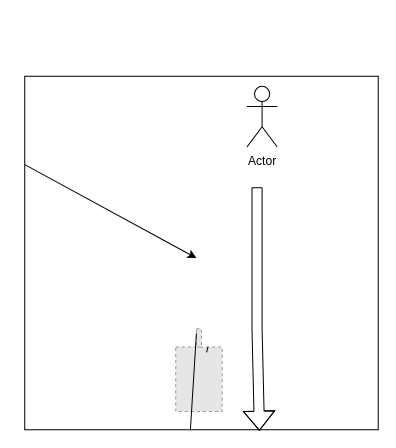
Above: lib/screens/on_play/sketch/prototype.drawio in yeasin50/space_craft (draw.io), before the change. Source tidied: cells renumbered, new cells numbered last; positions are measured from the earlier drawing's top-left corner, leaving out a move shared by most shapes. Both pictures are drawn from the tidied source at 101%, with x=0, y=0 at pixel (24, 76). Pictures stored in the file or linked from it are replaced by grey dashed boxes.
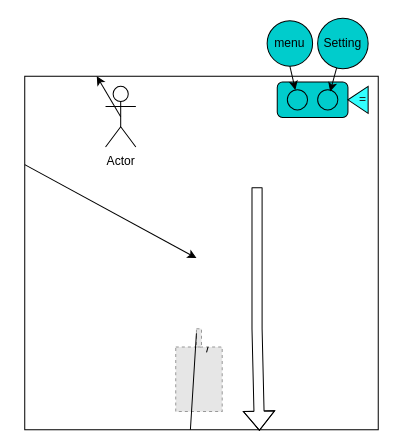
The same diagram, later.

Unchanged cells that the change refers to:
```xml
<mxCell id="6" style="whiteSpace=wrap;html=1;fillColor=none;" parent="1" vertex="1">
  <mxGeometry width="350" height="350" as="geometry" />
</mxCell>
```

The edit, as a diff of the source:
```diff
@@
+    <mxCell id="10" style="edgeStyle=none;html=1;exitX=0.5;exitY=0.5;exitDx=0;exitDy=0;exitPerimeter=0;" parent="1" edge="1" source="8" target="6">
+      <mxGeometry relative="1" as="geometry" />
+    </mxCell>
     <mxCell id="8" value="Actor" style="shape=umlActor;verticalLabelPosition=bottom;verticalAlign=top;html=1;outlineConnect=0;" parent="1" vertex="1">
-      <mxGeometry x="220" y="10" width="30" height="60" as="geometry" />
+      <mxGeometry x="80" y="10" width="30" height="60" as="geometry" />
     </mxCell>
@@
+    <mxCell id="11" style="rounded=1;whiteSpace=wrap;html=1;fillColor=#00CCCC;" parent="1" vertex="1">
+      <mxGeometry x="250" y="5.8" width="70" height="35" as="geometry" />
+    </mxCell>
+    <mxCell id="12" style="triangle;whiteSpace=wrap;html=1;fillColor=#33FFFF;rotation=-180;" parent="1" vertex="1">
+      <mxGeometry x="320" y="10" width="20" height="26.7" as="geometry" />
+    </mxCell>
+    <mxCell id="13" style="ellipse;whiteSpace=wrap;html=1;fillColor=#00CCCC;" parent="1" vertex="1">
+      <mxGeometry x="260" y="13.3" width="20" height="20" as="geometry" />
+    </mxCell>
+    <mxCell id="14" style="ellipse;whiteSpace=wrap;html=1;fillColor=#00CCCC;" parent="1" vertex="1">
+      <mxGeometry x="290" y="13.3" width="20" height="20" as="geometry" />
+    </mxCell>
+    <mxCell id="15" value="=" style="text;html=1;strokeColor=none;fillColor=none;align=center;verticalAlign=middle;whiteSpace=wrap;rounded=0;fontColor=#1A1A1A;" parent="1" vertex="1">
+      <mxGeometry x="320" y="16.7" width="30" height="13.3" as="geometry" />
+    </mxCell>
+    <mxCell id="16" style="edgeStyle=none;html=1;exitX=0.5;exitY=1;exitDx=0;exitDy=0;fontColor=#1A1A1A;" parent="1" edge="1" source="17" target="13">
+      <mxGeometry relative="1" as="geometry" />
+    </mxCell>
+    <mxCell id="17" value="menu" style="ellipse;whiteSpace=wrap;html=1;fillColor=#00CCCC;" parent="1" vertex="1">
+      <mxGeometry x="240" y="-55" width="45" height="45" as="geometry" />
+    </mxCell>
+    <mxCell id="18" style="edgeStyle=none;html=1;entryX=0.619;entryY=0.091;entryDx=0;entryDy=0;entryPerimeter=0;fontColor=#1A1A1A;" parent="1" edge="1" source="19" target="14">
+      <mxGeometry relative="1" as="geometry" />
+    </mxCell>
+    <mxCell id="19" value="Setting" style="ellipse;whiteSpace=wrap;html=1;fillColor=#00CCCC;" parent="1" vertex="1">
+      <mxGeometry x="290" y="-57.5" width="50" height="50" as="geometry" />
+    </mxCell>
```
